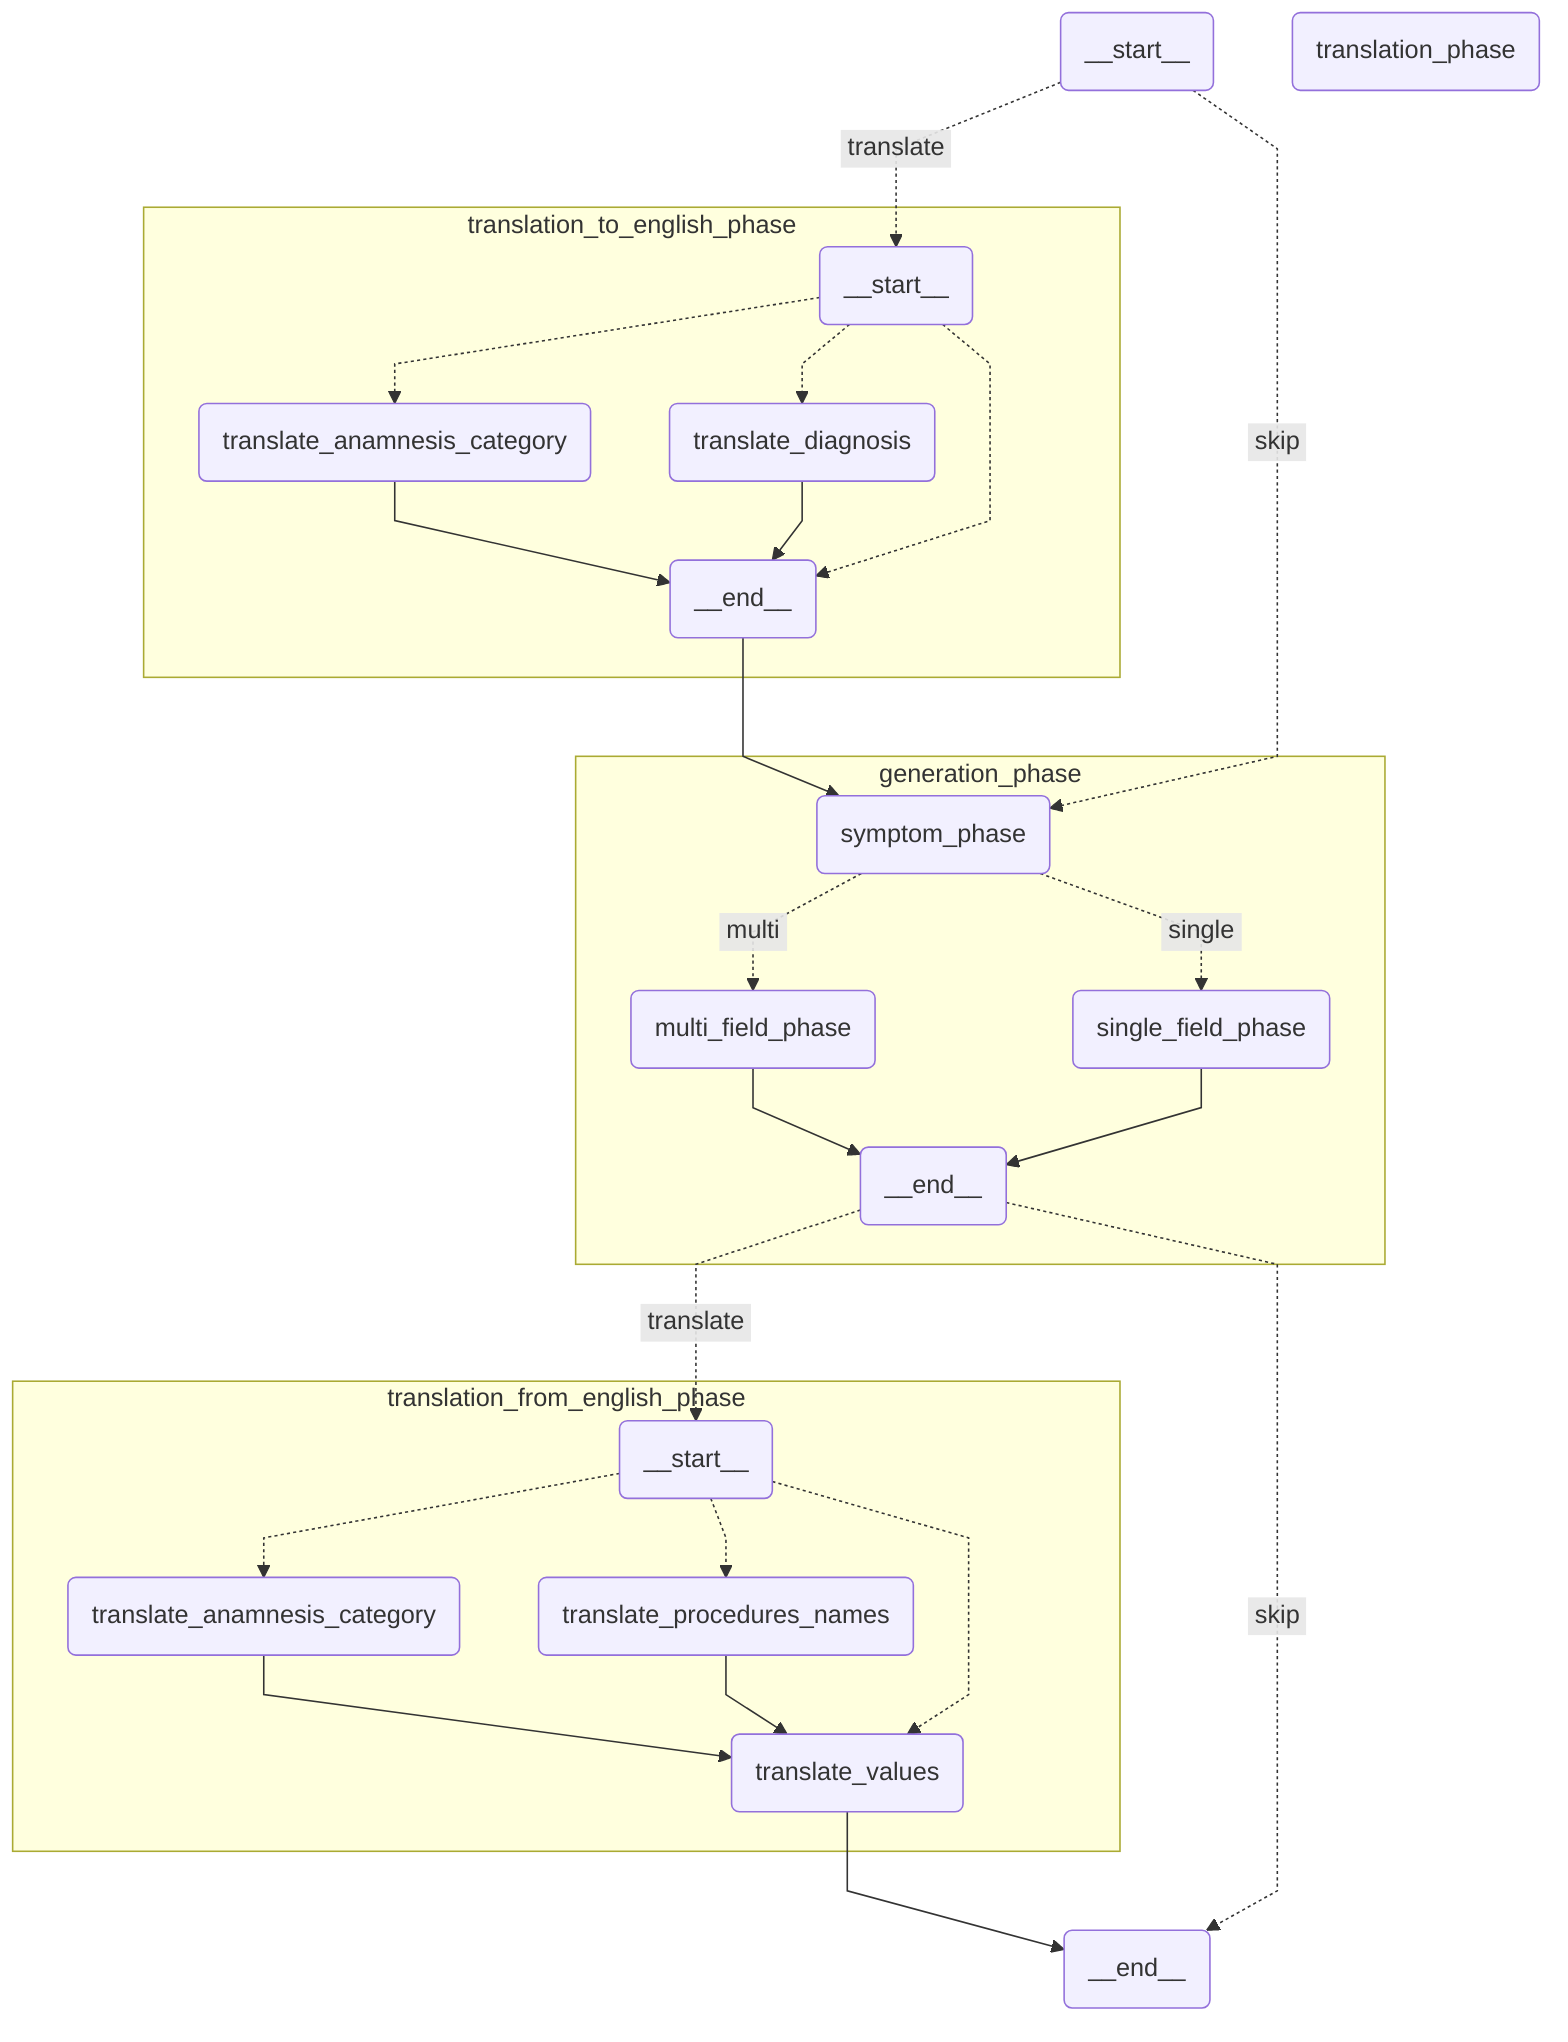
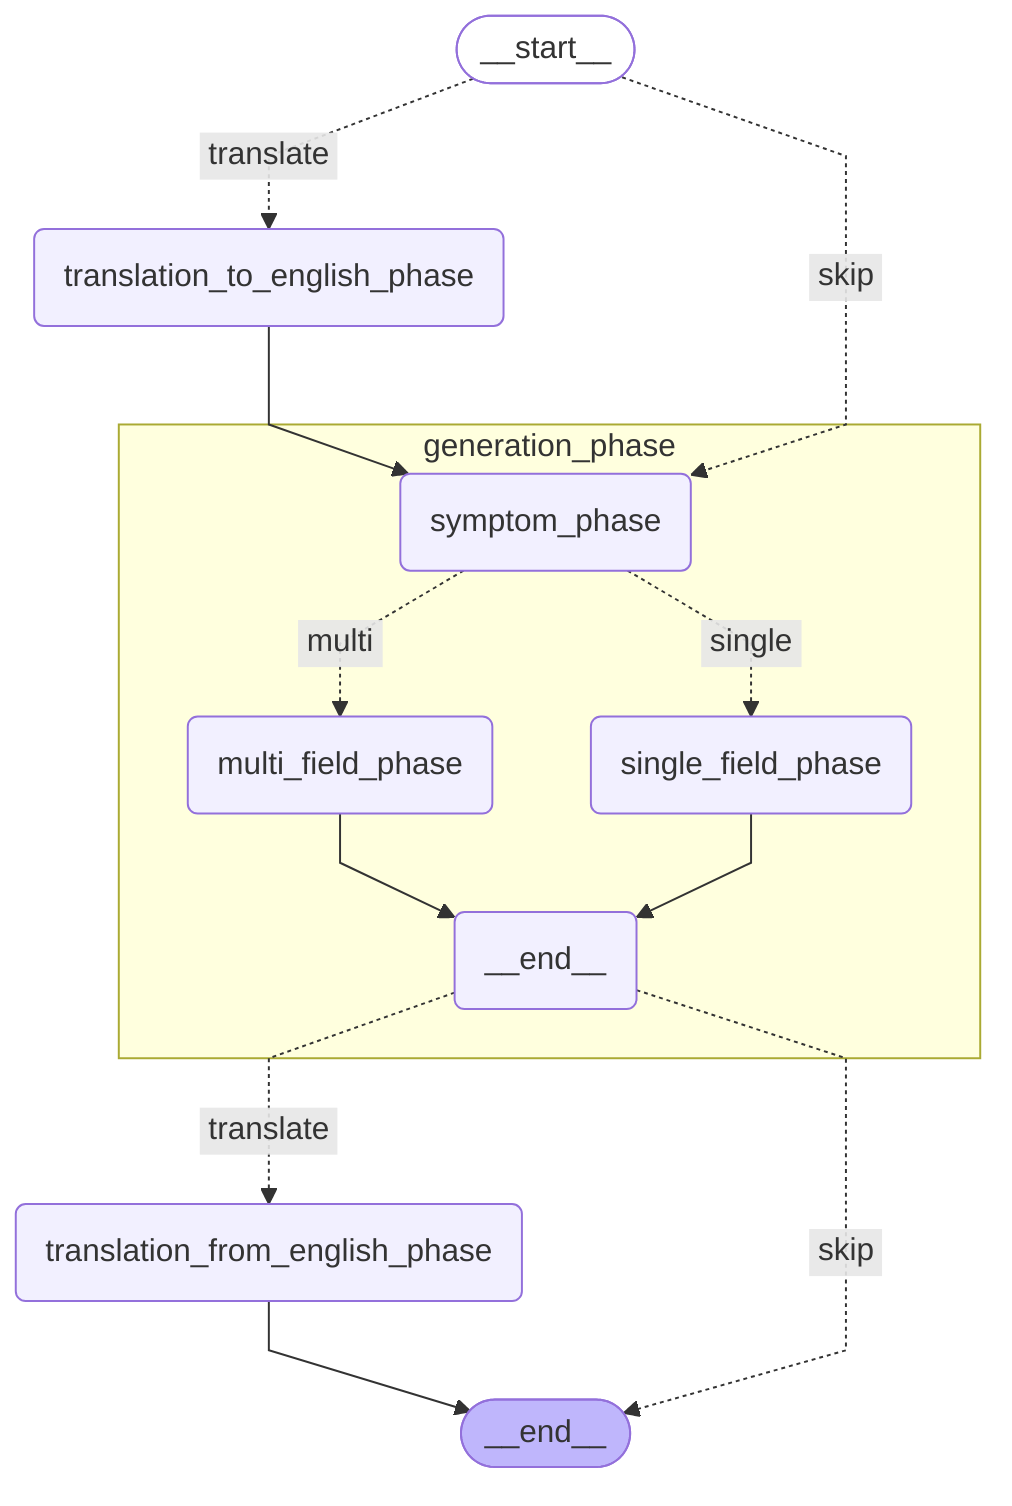
%%{init: {'flowchart': {'curve': 'linear'}}}%%
graph TD;
- 	__start__(<p>__start__</p>)
- 	translation_to_english_phase___start__(<p>__start__</p>)
- 	translation_to_english_phase_translate_diagnosis(translate_diagnosis)
- 	translation_to_english_phase_translate_anamnesis_category(translate_anamnesis_category)
- 	translation_to_english_phase___end__(<p>__end__</p>)
+ 	__start__([<p>__start__</p>]):::first
	generation_phase_symptom_phase(symptom_phase)
	generation_phase_single_field_phase(single_field_phase)
	generation_phase_multi_field_phase(multi_field_phase)
	generation_phase___end__(<p>__end__</p>)
- 	translation_from_english_phase___start__(<p>__start__</p>)
- 	translation_from_english_phase_translate_anamnesis_category(translate_anamnesis_category)
- 	translation_from_english_phase_translate_procedures_names(translate_procedures_names)
- 	translation_from_english_phase_translate_values(translate_values)
- 	__end__(<p>__end__</p>)
- 	translation_phase(translation_phase)
- 	translation_from_english_phase_translate_values --> __end__;
- 	translation_to_english_phase___end__ --> generation_phase_symptom_phase;
- 	__start__ -. &nbsp;translate&nbsp; .-> translation_to_english_phase___start__;
+ 	__end__([<p>__end__</p>]):::last
+ 	translation_to_english_phase(translation_to_english_phase)
+ 	translation_from_english_phase(translation_from_english_phase)
+ 	translation_from_english_phase --> __end__;
+ 	translation_to_english_phase --> generation_phase_symptom_phase;
+ 	__start__ -. &nbsp;translate&nbsp; .-> translation_to_english_phase;
	__start__ -. &nbsp;skip&nbsp; .-> generation_phase_symptom_phase;
- 	generation_phase___end__ -. &nbsp;translate&nbsp; .-> translation_from_english_phase___start__;
+ 	generation_phase___end__ -. &nbsp;translate&nbsp; .-> translation_from_english_phase;
	generation_phase___end__ -. &nbsp;skip&nbsp; .-> __end__;
- 	subgraph translation_to_english_phase
- 	translation_to_english_phase_translate_anamnesis_category --> translation_to_english_phase___end__;
- 	translation_to_english_phase_translate_diagnosis --> translation_to_english_phase___end__;
- 	translation_to_english_phase___start__ -.-> translation_to_english_phase_translate_diagnosis;
- 	translation_to_english_phase___start__ -.-> translation_to_english_phase_translate_anamnesis_category;
- 	translation_to_english_phase___start__ -.-> translation_to_english_phase___end__;
- 	end
	subgraph generation_phase
	generation_phase_multi_field_phase --> generation_phase___end__;
	generation_phase_single_field_phase --> generation_phase___end__;
	generation_phase_symptom_phase -. &nbsp;single&nbsp; .-> generation_phase_single_field_phase;
	generation_phase_symptom_phase -. &nbsp;multi&nbsp; .-> generation_phase_multi_field_phase;
	end
- 	subgraph translation_from_english_phase
- 	translation_from_english_phase_translate_anamnesis_category --> translation_from_english_phase_translate_values;
- 	translation_from_english_phase_translate_procedures_names --> translation_from_english_phase_translate_values;
- 	translation_from_english_phase___start__ -.-> translation_from_english_phase_translate_anamnesis_category;
- 	translation_from_english_phase___start__ -.-> translation_from_english_phase_translate_procedures_names;
- 	translation_from_english_phase___start__ -.-> translation_from_english_phase_translate_values;
- 	end
	classDef default fill:#f2f0ff,line-height:1.2;
	classDef first fill-opacity:0;
	classDef last fill:#bfb6fc;
